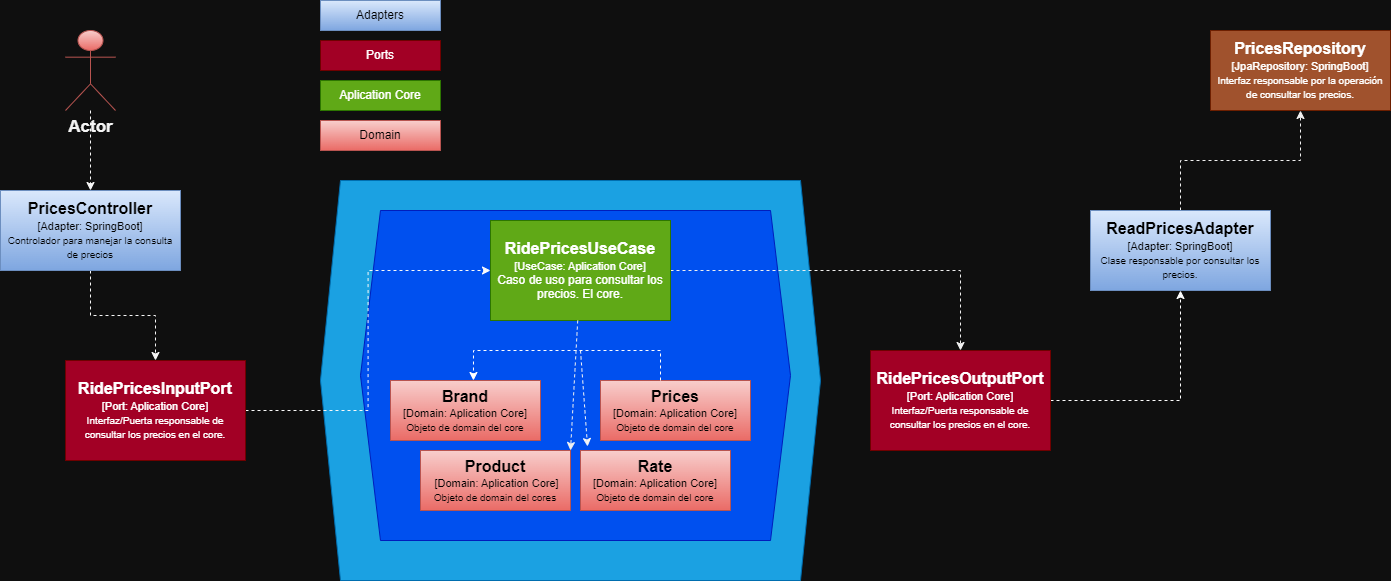
Earlier version of the draw.io export arquitectura.png (EdwardSilver321/api-products). Source tidied: cells renumbered, new cells last; positions are measured from the earlier drawing's top-left corner, leaving out a move shared by most shapes. The source it was exported from:
```xml
<mxGraphModel background="#0F0F0F">
  <root>
    <mxCell id="0" />
    <mxCell id="1" parent="0" />
    <mxCell id="2" style="shape=hexagon;perimeter=hexagonPerimeter2;whiteSpace=wrap;html=1;fixedSize=1;fillColor=#1ba1e2;fontColor=#ffffff;strokeColor=#006EAF;" parent="1" vertex="1">
      <mxGeometry x="320" y="180" width="500" height="400" as="geometry" />
    </mxCell>
    <mxCell id="3" style="shape=hexagon;perimeter=hexagonPerimeter2;whiteSpace=wrap;html=1;fixedSize=1;fillColor=#0050ef;fontColor=#ffffff;strokeColor=#001DBC;" parent="1" vertex="1">
      <mxGeometry x="360" y="210" width="430" height="330" as="geometry" />
    </mxCell>
    <mxCell id="4" style="edgeStyle=orthogonalEdgeStyle;rounded=0;jettySize=auto;html=1;entryX=0.5;entryY=0;entryDx=0;entryDy=0;strokeColor=#F7F7F7;dashed=1;" parent="1" edge="1" source="5" target="7">
      <mxGeometry relative="1" as="geometry" />
    </mxCell>
    <mxCell id="5" value="&lt;b&gt;&lt;font style=&quot;font-size: 17px;&quot;&gt;Actor&lt;/font&gt;&lt;/b&gt;" style="shape=umlActor;verticalLabelPosition=bottom;verticalAlign=top;html=1;outlineConnect=0;fillColor=#f8cecc;strokeColor=#b85450;gradientColor=#ea6b66;labelBackgroundColor=none;fontColor=#F5F5F5;" parent="1" vertex="1">
      <mxGeometry x="65" y="30" width="50" height="80" as="geometry" />
    </mxCell>
    <mxCell id="6" style="edgeStyle=orthogonalEdgeStyle;rounded=0;jettySize=auto;html=1;dashed=1;strokeColor=#F7F7F7;" parent="1" edge="1" source="7" target="13">
      <mxGeometry relative="1" as="geometry" />
    </mxCell>
    <mxCell id="7" value="&lt;div&gt;&lt;b&gt;&lt;font style=&quot;font-size: 16px;&quot;&gt;PricesController&lt;/font&gt;&lt;/b&gt;&lt;/div&gt;&lt;font style=&quot;font-size: 11px;&quot;&gt;[Adapter: SpringBoot]&lt;/font&gt;&lt;div&gt;&lt;font style=&quot;font-size: 10px;&quot;&gt;Controlador para manejar la consulta de precios&lt;/font&gt;&lt;/div&gt;" style="rounded=0;whiteSpace=wrap;html=1;fillColor=#dae8fc;strokeColor=#6c8ebf;gradientColor=#7ea6e0;" parent="1" vertex="1">
      <mxGeometry y="190" width="180" height="80" as="geometry" />
    </mxCell>
    <mxCell id="8" value="Adapters" style="rounded=0;whiteSpace=wrap;html=1;fillColor=#dae8fc;strokeColor=#6c8ebf;gradientColor=#7ea6e0;" parent="1" vertex="1">
      <mxGeometry x="320" width="120" height="30" as="geometry" />
    </mxCell>
    <mxCell id="9" value="Ports" style="rounded=0;whiteSpace=wrap;html=1;fillColor=#a20025;fontColor=#ffffff;strokeColor=#6F0000;" parent="1" vertex="1">
      <mxGeometry x="320" y="40" width="120" height="30" as="geometry" />
    </mxCell>
    <mxCell id="10" value="Aplication Core" style="rounded=0;whiteSpace=wrap;html=1;fillColor=#60a917;strokeColor=#2D7600;fontColor=#ffffff;" parent="1" vertex="1">
      <mxGeometry x="320" y="80" width="120" height="30" as="geometry" />
    </mxCell>
    <mxCell id="11" value="Domain" style="rounded=0;whiteSpace=wrap;html=1;fillColor=#f8cecc;gradientColor=#ea6b66;strokeColor=#b85450;" parent="1" vertex="1">
      <mxGeometry x="320" y="120" width="120" height="30" as="geometry" />
    </mxCell>
    <mxCell id="12" style="edgeStyle=orthogonalEdgeStyle;rounded=0;jettySize=auto;html=1;entryX=0;entryY=0.5;entryDx=0;entryDy=0;dashed=1;strokeColor=#FAFAFA;" parent="1" edge="1" source="13" target="17">
      <mxGeometry relative="1" as="geometry" />
    </mxCell>
    <mxCell id="13" value="&lt;div&gt;&lt;b&gt;&lt;font style=&quot;font-size: 16px;&quot;&gt;RidePricesInputPort&lt;/font&gt;&lt;/b&gt;&lt;/div&gt;&lt;font style=&quot;font-size: 11px;&quot;&gt;[Port: Aplication Core]&lt;/font&gt;&lt;div&gt;&lt;font style=&quot;font-size: 10px;&quot;&gt;Interfaz/Puerta responsable de consultar los precios en el core.&lt;/font&gt;&lt;/div&gt;" style="rounded=0;whiteSpace=wrap;html=1;fillColor=#a20025;strokeColor=#6F0000;fontColor=#ffffff;" parent="1" vertex="1">
      <mxGeometry x="65" y="360" width="180" height="100" as="geometry" />
    </mxCell>
    <mxCell id="14" style="edgeStyle=orthogonalEdgeStyle;rounded=0;jettySize=auto;html=1;entryX=0.5;entryY=1;entryDx=0;entryDy=0;strokeColor=#FFFFFF;dashed=1;" parent="1" edge="1" source="15" target="26">
      <mxGeometry relative="1" as="geometry" />
    </mxCell>
    <mxCell id="15" value="&lt;div&gt;&lt;b&gt;&lt;font style=&quot;font-size: 16px;&quot;&gt;RidePricesOutputPort&lt;/font&gt;&lt;/b&gt;&lt;/div&gt;&lt;font style=&quot;font-size: 11px;&quot;&gt;[Port: Aplication Core]&lt;/font&gt;&lt;div&gt;&lt;font style=&quot;font-size: 10px;&quot;&gt;Interfaz/Puerta responsable de consultar los precios en el core.&lt;/font&gt;&lt;/div&gt;" style="rounded=0;whiteSpace=wrap;html=1;fillColor=#a20025;strokeColor=#6F0000;fontColor=#ffffff;" parent="1" vertex="1">
      <mxGeometry x="870" y="350" width="180" height="100" as="geometry" />
    </mxCell>
    <mxCell id="16" style="edgeStyle=orthogonalEdgeStyle;rounded=0;jettySize=auto;html=1;exitX=1;exitY=0.5;exitDx=0;exitDy=0;dashed=1;strokeColor=#F0F0F0;" parent="1" edge="1" source="17" target="15">
      <mxGeometry relative="1" as="geometry" />
    </mxCell>
    <mxCell id="17" value="&lt;div&gt;&lt;b&gt;&lt;font style=&quot;font-size: 16px;&quot;&gt;RidePricesUseCase&lt;/font&gt;&lt;/b&gt;&lt;/div&gt;&lt;font style=&quot;font-size: 11px;&quot;&gt;[UseCase: Aplication Core]&lt;/font&gt;&lt;div&gt;Caso de uso para consultar los precios. El core.&lt;/div&gt;" style="rounded=0;whiteSpace=wrap;html=1;fillColor=#60a917;strokeColor=#2D7600;fontColor=#ffffff;" parent="1" vertex="1">
      <mxGeometry x="490" y="220" width="180" height="100" as="geometry" />
    </mxCell>
    <mxCell id="18" value="&lt;div&gt;&lt;b&gt;&lt;font style=&quot;font-size: 16px;&quot;&gt;Prices&lt;/font&gt;&lt;/b&gt;&lt;/div&gt;&lt;span style=&quot;font-size: 11px;&quot;&gt;[Domain: Aplication Core]&lt;/span&gt;&lt;br&gt;&lt;div&gt;&lt;span style=&quot;font-size: 10px;&quot;&gt;Objeto de domain del core&lt;/span&gt;&lt;br&gt;&lt;/div&gt;" style="rounded=0;whiteSpace=wrap;html=1;fillColor=#f8cecc;strokeColor=#b85450;gradientColor=#ea6b66;" parent="1" vertex="1">
      <mxGeometry x="600" y="380" width="150" height="60" as="geometry" />
    </mxCell>
    <mxCell id="19" value="&lt;div&gt;&lt;b&gt;&lt;font style=&quot;font-size: 16px;&quot;&gt;Brand&lt;/font&gt;&lt;/b&gt;&lt;/div&gt;&lt;font style=&quot;font-size: 11px;&quot;&gt;[Domain: Aplication Core]&lt;/font&gt;&lt;div&gt;&lt;font style=&quot;font-size: 10px;&quot;&gt;Objeto de domain del core&lt;/font&gt;&lt;/div&gt;" style="rounded=0;whiteSpace=wrap;html=1;fillColor=#f8cecc;strokeColor=#b85450;gradientColor=#ea6b66;" parent="1" vertex="1">
      <mxGeometry x="390" y="380" width="150" height="60" as="geometry" />
    </mxCell>
    <mxCell id="20" value="&lt;div&gt;&lt;span style=&quot;background-color: initial; font-size: 16px;&quot;&gt;&lt;b&gt;Product&lt;/b&gt;&lt;/span&gt;&lt;/div&gt;&lt;div&gt;&lt;span style=&quot;font-size: 11px; background-color: initial;&quot;&gt;&amp;nbsp;&lt;/span&gt;&lt;span style=&quot;font-size: 11px; background-color: initial;&quot;&gt;[Domain: Aplication Core]&lt;/span&gt;&lt;br&gt;&lt;/div&gt;&lt;div&gt;&lt;font style=&quot;font-size: 10px;&quot;&gt;&lt;span style=&quot;background-color: initial;&quot;&gt;Objeto de domain del core&lt;/span&gt;s&lt;/font&gt;&lt;/div&gt;" style="rounded=0;whiteSpace=wrap;html=1;fillColor=#f8cecc;strokeColor=#b85450;gradientColor=#ea6b66;" parent="1" vertex="1">
      <mxGeometry x="420" y="450" width="150" height="60" as="geometry" />
    </mxCell>
    <mxCell id="21" value="&lt;div&gt;&lt;b&gt;&lt;font style=&quot;font-size: 16px;&quot;&gt;Rate&lt;/font&gt;&lt;/b&gt;&lt;/div&gt;&lt;span style=&quot;font-size: 11px;&quot;&gt;[Domain: Aplication Core]&lt;/span&gt;&lt;br&gt;&lt;div&gt;&lt;span style=&quot;font-size: 10px;&quot;&gt;Objeto de domain del core&lt;/span&gt;&lt;br&gt;&lt;/div&gt;" style="rounded=0;whiteSpace=wrap;html=1;fillColor=#f8cecc;strokeColor=#b85450;gradientColor=#ea6b66;" parent="1" vertex="1">
      <mxGeometry x="580" y="450" width="150" height="60" as="geometry" />
    </mxCell>
    <mxCell id="22" style="edgeStyle=orthogonalEdgeStyle;rounded=0;jettySize=auto;html=1;entryX=0.553;entryY=0;entryDx=0;entryDy=0;entryPerimeter=0;dashed=1;strokeColor=#FFFFFF;" parent="1" edge="1" target="19">
      <mxGeometry relative="1" as="geometry">
        <mxPoint x="660" y="380" as="sourcePoint" />
        <Array as="points">
          <mxPoint x="660" y="350" />
          <mxPoint x="473" y="350" />
        </Array>
      </mxGeometry>
    </mxCell>
    <mxCell id="23" style="endArrow=classic;html=1;rounded=0;entryX=1;entryY=0;entryDx=0;entryDy=0;dashed=1;strokeColor=#F0F0F0;" parent="1" edge="1" source="17" target="20">
      <mxGeometry relative="1" as="geometry" />
    </mxCell>
    <mxCell id="24" style="endArrow=classic;html=1;rounded=0;entryX=0.047;entryY=-0.067;entryDx=0;entryDy=0;dashed=1;entryPerimeter=0;strokeColor=#F5F5F5;" parent="1" edge="1" target="21">
      <mxGeometry relative="1" as="geometry">
        <mxPoint x="580" y="350" as="sourcePoint" />
      </mxGeometry>
    </mxCell>
    <mxCell id="25" style="edgeStyle=orthogonalEdgeStyle;rounded=0;jettySize=auto;html=1;entryX=0.5;entryY=1;entryDx=0;entryDy=0;dashed=1;fillColor=#ffcd28;gradientColor=#ffa500;strokeColor=#F2F2F2;" parent="1" edge="1" source="26" target="27">
      <mxGeometry relative="1" as="geometry" />
    </mxCell>
    <mxCell id="26" value="&lt;div&gt;&lt;b&gt;&lt;font style=&quot;font-size: 16px;&quot;&gt;ReadPricesAdapter&lt;/font&gt;&lt;/b&gt;&lt;/div&gt;&lt;font style=&quot;font-size: 11px;&quot;&gt;[Adapter: SpringBoot]&lt;/font&gt;&lt;div&gt;&lt;font style=&quot;font-size: 10px;&quot;&gt;Clase responsable por consultar los precios.&lt;/font&gt;&lt;/div&gt;" style="rounded=0;whiteSpace=wrap;html=1;fillColor=#dae8fc;strokeColor=#6c8ebf;gradientColor=#7ea6e0;" parent="1" vertex="1">
      <mxGeometry x="1090" y="210" width="180" height="80" as="geometry" />
    </mxCell>
    <mxCell id="27" value="&lt;div&gt;&lt;b&gt;&lt;font style=&quot;font-size: 16px;&quot;&gt;PricesRepository&lt;/font&gt;&lt;/b&gt;&lt;/div&gt;&lt;font style=&quot;font-size: 11px;&quot;&gt;[JpaRepository: SpringBoot]&lt;/font&gt;&lt;div&gt;&lt;font style=&quot;font-size: 10px;&quot;&gt;Interfaz responsable por la operación de consultar los precios.&lt;/font&gt;&lt;/div&gt;" style="rounded=0;whiteSpace=wrap;html=1;fillColor=#a0522d;strokeColor=#6D1F00;fontColor=#ffffff;" parent="1" vertex="1">
      <mxGeometry x="1210" y="30" width="180" height="80" as="geometry" />
    </mxCell>
  </root>
</mxGraphModel>
```
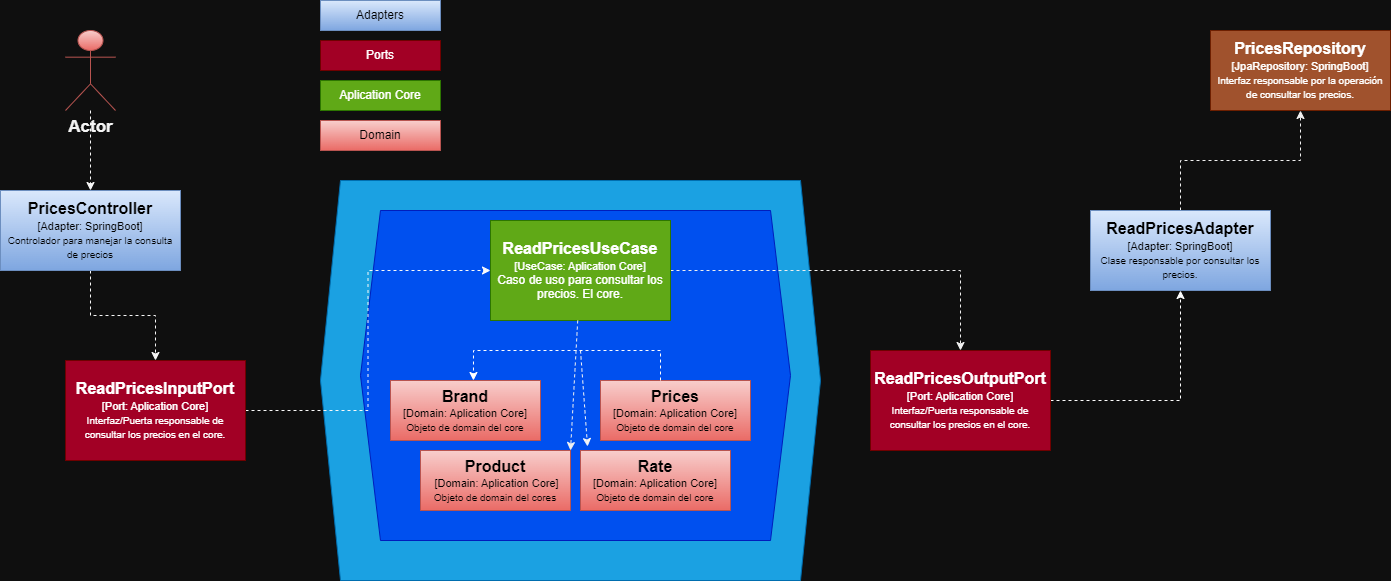
Later version of the same file.

Commit message:
Corrección de versión final, diagrama y Test.

Change to the diagram source:
```diff
@@ -35,19 +35,19 @@
     <mxCell id="12" style="edgeStyle=orthogonalEdgeStyle;rounded=0;jettySize=auto;html=1;entryX=0;entryY=0.5;entryDx=0;entryDy=0;dashed=1;strokeColor=#FAFAFA;" parent="1" edge="1" source="13" target="17">
       <mxGeometry relative="1" as="geometry" />
     </mxCell>
-    <mxCell id="13" value="&lt;div&gt;&lt;b&gt;&lt;font style=&quot;font-size: 16px;&quot;&gt;RidePricesInputPort&lt;/font&gt;&lt;/b&gt;&lt;/div&gt;&lt;font style=&quot;font-size: 11px;&quot;&gt;[Port: Aplication Core]&lt;/font&gt;&lt;div&gt;&lt;font style=&quot;font-size: 10px;&quot;&gt;Interfaz/Puerta responsable de consultar los precios en el core.&lt;/font&gt;&lt;/div&gt;" style="rounded=0;whiteSpace=wrap;html=1;fillColor=#a20025;strokeColor=#6F0000;fontColor=#ffffff;" parent="1" vertex="1">
+    <mxCell id="13" value="&lt;div&gt;&lt;b&gt;&lt;font style=&quot;font-size: 16px;&quot;&gt;ReadPricesInputPort&lt;/font&gt;&lt;/b&gt;&lt;/div&gt;&lt;font style=&quot;font-size: 11px;&quot;&gt;[Port: Aplication Core]&lt;/font&gt;&lt;div&gt;&lt;font style=&quot;font-size: 10px;&quot;&gt;Interfaz/Puerta responsable de consultar los precios en el core.&lt;/font&gt;&lt;/div&gt;" style="rounded=0;whiteSpace=wrap;html=1;fillColor=#a20025;strokeColor=#6F0000;fontColor=#ffffff;" parent="1" vertex="1">
       <mxGeometry x="65" y="360" width="180" height="100" as="geometry" />
     </mxCell>
     <mxCell id="14" style="edgeStyle=orthogonalEdgeStyle;rounded=0;jettySize=auto;html=1;entryX=0.5;entryY=1;entryDx=0;entryDy=0;strokeColor=#FFFFFF;dashed=1;" parent="1" edge="1" source="15" target="26">
       <mxGeometry relative="1" as="geometry" />
     </mxCell>
-    <mxCell id="15" value="&lt;div&gt;&lt;b&gt;&lt;font style=&quot;font-size: 16px;&quot;&gt;RidePricesOutputPort&lt;/font&gt;&lt;/b&gt;&lt;/div&gt;&lt;font style=&quot;font-size: 11px;&quot;&gt;[Port: Aplication Core]&lt;/font&gt;&lt;div&gt;&lt;font style=&quot;font-size: 10px;&quot;&gt;Interfaz/Puerta responsable de consultar los precios en el core.&lt;/font&gt;&lt;/div&gt;" style="rounded=0;whiteSpace=wrap;html=1;fillColor=#a20025;strokeColor=#6F0000;fontColor=#ffffff;" parent="1" vertex="1">
+    <mxCell id="15" value="&lt;div&gt;&lt;b&gt;&lt;font style=&quot;font-size: 16px;&quot;&gt;ReadPricesOutputPort&lt;/font&gt;&lt;/b&gt;&lt;/div&gt;&lt;font style=&quot;font-size: 11px;&quot;&gt;[Port: Aplication Core]&lt;/font&gt;&lt;div&gt;&lt;font style=&quot;font-size: 10px;&quot;&gt;Interfaz/Puerta responsable de consultar los precios en el core.&lt;/font&gt;&lt;/div&gt;" style="rounded=0;whiteSpace=wrap;html=1;fillColor=#a20025;strokeColor=#6F0000;fontColor=#ffffff;" parent="1" vertex="1">
       <mxGeometry x="870" y="350" width="180" height="100" as="geometry" />
     </mxCell>
     <mxCell id="16" style="edgeStyle=orthogonalEdgeStyle;rounded=0;jettySize=auto;html=1;exitX=1;exitY=0.5;exitDx=0;exitDy=0;dashed=1;strokeColor=#F0F0F0;" parent="1" edge="1" source="17" target="15">
       <mxGeometry relative="1" as="geometry" />
     </mxCell>
-    <mxCell id="17" value="&lt;div&gt;&lt;b&gt;&lt;font style=&quot;font-size: 16px;&quot;&gt;RidePricesUseCase&lt;/font&gt;&lt;/b&gt;&lt;/div&gt;&lt;font style=&quot;font-size: 11px;&quot;&gt;[UseCase: Aplication Core]&lt;/font&gt;&lt;div&gt;Caso de uso para consultar los precios. El core.&lt;/div&gt;" style="rounded=0;whiteSpace=wrap;html=1;fillColor=#60a917;strokeColor=#2D7600;fontColor=#ffffff;" parent="1" vertex="1">
+    <mxCell id="17" value="&lt;div&gt;&lt;b&gt;&lt;font style=&quot;font-size: 16px;&quot;&gt;ReadPricesUseCase&lt;/font&gt;&lt;/b&gt;&lt;/div&gt;&lt;font style=&quot;font-size: 11px;&quot;&gt;[UseCase: Aplication Core]&lt;/font&gt;&lt;div&gt;Caso de uso para consultar los precios. El core.&lt;/div&gt;" style="rounded=0;whiteSpace=wrap;html=1;fillColor=#60a917;strokeColor=#2D7600;fontColor=#ffffff;" parent="1" vertex="1">
       <mxGeometry x="490" y="220" width="180" height="100" as="geometry" />
     </mxCell>
     <mxCell id="18" value="&lt;div&gt;&lt;b&gt;&lt;font style=&quot;font-size: 16px;&quot;&gt;Prices&lt;/font&gt;&lt;/b&gt;&lt;/div&gt;&lt;span style=&quot;font-size: 11px;&quot;&gt;[Domain: Aplication Core]&lt;/span&gt;&lt;br&gt;&lt;div&gt;&lt;span style=&quot;font-size: 10px;&quot;&gt;Objeto de domain del core&lt;/span&gt;&lt;br&gt;&lt;/div&gt;" style="rounded=0;whiteSpace=wrap;html=1;fillColor=#f8cecc;strokeColor=#b85450;gradientColor=#ea6b66;" parent="1" vertex="1">
```
